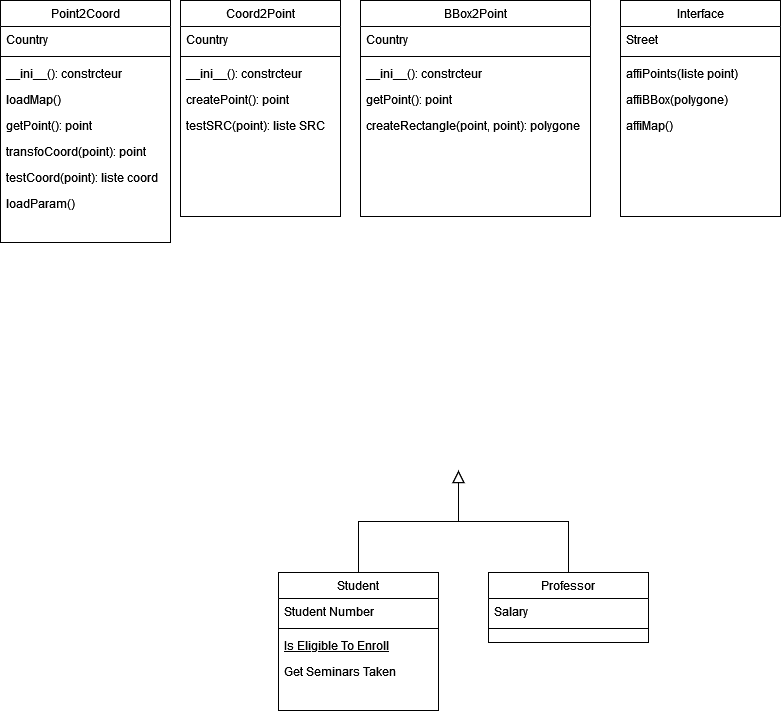
The draw.io diagram diag_classe_plugin.png in leonielrx/ProjetInfo_DoGeo, before a commit. Source tidied: cells renumbered, new cells last; positions are measured from the earlier drawing's top-left corner, leaving out a move shared by most shapes.
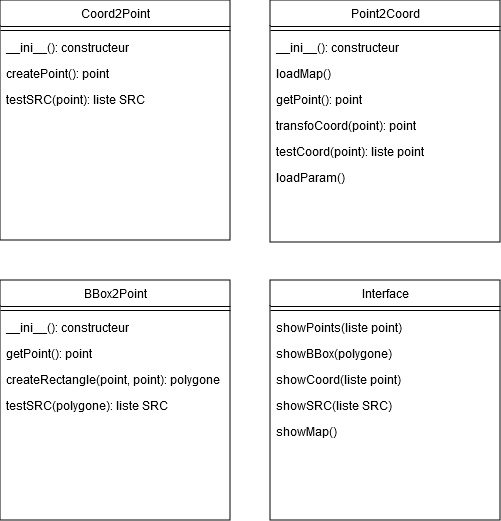
Later version of the same file.

Commit message:
Mettre à jour diag_classe_plugin.png

Diff of the diagram source:
```diff
@@ -2,120 +2,83 @@
   <root>
     <mxCell id="0" />
     <mxCell id="1" parent="0" />
-    <mxCell id="2" value="Student" style="swimlane;fontStyle=0;align=center;verticalAlign=top;horizontal=1;startSize=26;rounded=0;shadow=0;strokeWidth=1;" parent="1" vertex="1">
-      <mxGeometry x="278" y="572" width="160" height="138" as="geometry" />
-    </mxCell>
-    <mxCell id="3" value="Student Number" style="text;align=left;verticalAlign=top;spacingLeft=4;spacingRight=4;overflow=hidden;" parent="2" vertex="1">
-      <mxGeometry y="26" width="160" height="26" as="geometry" />
-    </mxCell>
-    <mxCell id="4" style="line;html=1;strokeWidth=1;align=left;verticalAlign=middle;spacingTop=-1;spacingLeft=3;spacingRight=3;labelPosition=right;" parent="2" vertex="1">
-      <mxGeometry y="52" width="160" height="8" as="geometry" />
-    </mxCell>
-    <mxCell id="5" value="Is Eligible To Enroll" style="text;align=left;verticalAlign=top;spacingLeft=4;spacingRight=4;overflow=hidden;fontStyle=4;" parent="2" vertex="1">
-      <mxGeometry y="60" width="160" height="26" as="geometry" />
-    </mxCell>
-    <mxCell id="6" value="Get Seminars Taken" style="text;align=left;verticalAlign=top;spacingLeft=4;spacingRight=4;overflow=hidden;" parent="2" vertex="1">
-      <mxGeometry y="86" width="160" height="26" as="geometry" />
-    </mxCell>
-    <mxCell id="7" style="endArrow=block;endSize=10;endFill=0;shadow=0;strokeWidth=1;rounded=0;curved=0;edgeStyle=elbowEdgeStyle;elbow=vertical;" parent="1" edge="1" source="2">
-      <mxGeometry relative="1" as="geometry">
-        <mxPoint x="458" y="470" as="targetPoint" />
-      </mxGeometry>
-    </mxCell>
-    <mxCell id="8" value="Professor" style="swimlane;fontStyle=0;align=center;verticalAlign=top;horizontal=1;startSize=26;rounded=0;shadow=0;strokeWidth=1;" parent="1" vertex="1">
-      <mxGeometry x="488" y="572" width="160" height="70" as="geometry" />
-    </mxCell>
-    <mxCell id="9" value="Salary" style="text;align=left;verticalAlign=top;spacingLeft=4;spacingRight=4;overflow=hidden;" parent="8" vertex="1">
-      <mxGeometry y="26" width="160" height="26" as="geometry" />
-    </mxCell>
-    <mxCell id="10" style="line;html=1;strokeWidth=1;align=left;verticalAlign=middle;spacingTop=-1;spacingLeft=3;spacingRight=3;labelPosition=right;" parent="8" vertex="1">
-      <mxGeometry y="52" width="160" height="8" as="geometry" />
-    </mxCell>
-    <mxCell id="11" style="endArrow=block;endSize=10;endFill=0;shadow=0;strokeWidth=1;rounded=0;curved=0;edgeStyle=elbowEdgeStyle;elbow=vertical;" parent="1" edge="1" source="8">
-      <mxGeometry relative="1" as="geometry">
-        <mxPoint x="458" y="470" as="targetPoint" />
-      </mxGeometry>
-    </mxCell>
     <mxCell id="12" value="Point2Coord" style="swimlane;fontStyle=0;align=center;verticalAlign=top;horizontal=1;startSize=26;rounded=0;shadow=0;strokeWidth=1;" parent="1" vertex="1">
-      <mxGeometry width="170" height="242" as="geometry" />
+      <mxGeometry x="420" y="-30" width="230" height="242" as="geometry" />
     </mxCell>
-    <mxCell id="13" value="Country" style="text;align=left;verticalAlign=top;spacingLeft=4;spacingRight=4;overflow=hidden;rounded=0;shadow=0;html=0;" parent="12" vertex="1">
-      <mxGeometry y="26" width="170" height="26" as="geometry" />
-    </mxCell>
     <mxCell id="14" style="line;html=1;strokeWidth=1;align=left;verticalAlign=middle;spacingTop=-1;spacingLeft=3;spacingRight=3;labelPosition=right;" parent="12" vertex="1">
-      <mxGeometry y="52" width="170" height="8" as="geometry" />
+      <mxGeometry y="26" width="230" height="8" as="geometry" />
     </mxCell>
-    <mxCell id="15" value="__ini__(): constrcteur" style="text;align=left;verticalAlign=top;spacingLeft=4;spacingRight=4;overflow=hidden;" parent="12" vertex="1">
-      <mxGeometry y="60" width="170" height="26" as="geometry" />
+    <mxCell id="15" value="__ini__(): constructeur" style="text;align=left;verticalAlign=top;spacingLeft=4;spacingRight=4;overflow=hidden;" parent="12" vertex="1">
+      <mxGeometry y="34" width="230" height="26" as="geometry" />
     </mxCell>
     <mxCell id="16" value="loadMap()" style="text;align=left;verticalAlign=top;spacingLeft=4;spacingRight=4;overflow=hidden;" parent="12" vertex="1">
-      <mxGeometry y="86" width="170" height="26" as="geometry" />
+      <mxGeometry y="60" width="230" height="26" as="geometry" />
     </mxCell>
     <mxCell id="17" value="getPoint(): point" style="text;align=left;verticalAlign=top;spacingLeft=4;spacingRight=4;overflow=hidden;" parent="12" vertex="1">
-      <mxGeometry y="112" width="170" height="26" as="geometry" />
+      <mxGeometry y="86" width="230" height="26" as="geometry" />
     </mxCell>
     <mxCell id="18" value="transfoCoord(point): point" style="text;align=left;verticalAlign=top;spacingLeft=4;spacingRight=4;overflow=hidden;" parent="12" vertex="1">
-      <mxGeometry y="138" width="170" height="26" as="geometry" />
+      <mxGeometry y="112" width="230" height="26" as="geometry" />
     </mxCell>
-    <mxCell id="19" value="testCoord(point): liste coord" style="text;align=left;verticalAlign=top;spacingLeft=4;spacingRight=4;overflow=hidden;" parent="12" vertex="1">
-      <mxGeometry y="164" width="170" height="26" as="geometry" />
+    <mxCell id="19" value="testCoord(point): liste point" style="text;align=left;verticalAlign=top;spacingLeft=4;spacingRight=4;overflow=hidden;" parent="12" vertex="1">
+      <mxGeometry y="138" width="230" height="26" as="geometry" />
     </mxCell>
     <mxCell id="20" value="loadParam()" style="text;align=left;verticalAlign=top;spacingLeft=4;spacingRight=4;overflow=hidden;" parent="12" vertex="1">
-      <mxGeometry y="190" width="170" height="26" as="geometry" />
+      <mxGeometry y="164" width="230" height="26" as="geometry" />
     </mxCell>
     <mxCell id="21" value="Coord2Point" style="swimlane;fontStyle=0;align=center;verticalAlign=top;horizontal=1;startSize=26;rounded=0;shadow=0;strokeWidth=1;" parent="1" vertex="1">
-      <mxGeometry x="180" width="160" height="216" as="geometry" />
+      <mxGeometry x="150" y="-30" width="230" height="240" as="geometry" />
     </mxCell>
-    <mxCell id="22" value="Country" style="text;align=left;verticalAlign=top;spacingLeft=4;spacingRight=4;overflow=hidden;rounded=0;shadow=0;html=0;" parent="21" vertex="1">
-      <mxGeometry y="26" width="160" height="26" as="geometry" />
-    </mxCell>
     <mxCell id="23" style="line;html=1;strokeWidth=1;align=left;verticalAlign=middle;spacingTop=-1;spacingLeft=3;spacingRight=3;labelPosition=right;" parent="21" vertex="1">
-      <mxGeometry y="52" width="160" height="8" as="geometry" />
+      <mxGeometry y="26" width="230" height="8" as="geometry" />
     </mxCell>
-    <mxCell id="24" value="__ini__(): constrcteur" style="text;align=left;verticalAlign=top;spacingLeft=4;spacingRight=4;overflow=hidden;" parent="21" vertex="1">
-      <mxGeometry y="60" width="160" height="26" as="geometry" />
+    <mxCell id="24" value="__ini__(): constructeur" style="text;align=left;verticalAlign=top;spacingLeft=4;spacingRight=4;overflow=hidden;" parent="21" vertex="1">
+      <mxGeometry y="34" width="230" height="26" as="geometry" />
     </mxCell>
     <mxCell id="25" value="createPoint(): point" style="text;align=left;verticalAlign=top;spacingLeft=4;spacingRight=4;overflow=hidden;" parent="21" vertex="1">
-      <mxGeometry y="86" width="160" height="26" as="geometry" />
+      <mxGeometry y="60" width="230" height="26" as="geometry" />
     </mxCell>
     <mxCell id="26" value="testSRC(point): liste SRC" style="text;align=left;verticalAlign=top;spacingLeft=4;spacingRight=4;overflow=hidden;" parent="21" vertex="1">
-      <mxGeometry y="112" width="160" height="26" as="geometry" />
+      <mxGeometry y="86" width="230" height="26" as="geometry" />
     </mxCell>
     <mxCell id="27" value="BBox2Point" style="swimlane;fontStyle=0;align=center;verticalAlign=top;horizontal=1;startSize=26;rounded=0;shadow=0;strokeWidth=1;" parent="1" vertex="1">
-      <mxGeometry x="360" width="230" height="216" as="geometry" />
+      <mxGeometry x="150" y="250" width="230" height="240" as="geometry" />
     </mxCell>
-    <mxCell id="28" value="Country" style="text;align=left;verticalAlign=top;spacingLeft=4;spacingRight=4;overflow=hidden;rounded=0;shadow=0;html=0;" parent="27" vertex="1">
-      <mxGeometry y="26" width="230" height="26" as="geometry" />
-    </mxCell>
     <mxCell id="29" style="line;html=1;strokeWidth=1;align=left;verticalAlign=middle;spacingTop=-1;spacingLeft=3;spacingRight=3;labelPosition=right;" parent="27" vertex="1">
-      <mxGeometry y="52" width="230" height="8" as="geometry" />
+      <mxGeometry y="26" width="230" height="8" as="geometry" />
     </mxCell>
-    <mxCell id="30" value="__ini__(): constrcteur" style="text;align=left;verticalAlign=top;spacingLeft=4;spacingRight=4;overflow=hidden;" parent="27" vertex="1">
-      <mxGeometry y="60" width="230" height="26" as="geometry" />
+    <mxCell id="30" value="__ini__(): constructeur" style="text;align=left;verticalAlign=top;spacingLeft=4;spacingRight=4;overflow=hidden;" parent="27" vertex="1">
+      <mxGeometry y="34" width="230" height="26" as="geometry" />
     </mxCell>
     <mxCell id="31" value="getPoint(): point" style="text;align=left;verticalAlign=top;spacingLeft=4;spacingRight=4;overflow=hidden;" parent="27" vertex="1">
-      <mxGeometry y="86" width="230" height="26" as="geometry" />
+      <mxGeometry y="60" width="230" height="26" as="geometry" />
     </mxCell>
     <mxCell id="32" value="createRectangle(point, point): polygone" style="text;align=left;verticalAlign=top;spacingLeft=4;spacingRight=4;overflow=hidden;" parent="27" vertex="1">
-      <mxGeometry y="112" width="230" height="26" as="geometry" />
+      <mxGeometry y="86" width="230" height="26" as="geometry" />
     </mxCell>
+    <mxCell id="39" value="testSRC(polygone): liste SRC" style="text;align=left;verticalAlign=top;spacingLeft=4;spacingRight=4;overflow=hidden;" parent="27" vertex="1">
+      <mxGeometry y="112" width="230" height="26" as="geometry" />
+    </mxCell>
     <mxCell id="33" value="Interface" style="swimlane;fontStyle=0;align=center;verticalAlign=top;horizontal=1;startSize=26;rounded=0;shadow=0;strokeWidth=1;" parent="1" vertex="1">
-      <mxGeometry x="620" width="160" height="216" as="geometry" />
+      <mxGeometry x="420" y="250" width="230" height="240" as="geometry" />
     </mxCell>
-    <mxCell id="34" value="Street" style="text;align=left;verticalAlign=top;spacingLeft=4;spacingRight=4;overflow=hidden;" parent="33" vertex="1">
-      <mxGeometry y="26" width="160" height="26" as="geometry" />
-    </mxCell>
     <mxCell id="35" style="line;html=1;strokeWidth=1;align=left;verticalAlign=middle;spacingTop=-1;spacingLeft=3;spacingRight=3;labelPosition=right;" parent="33" vertex="1">
-      <mxGeometry y="52" width="160" height="8" as="geometry" />
+      <mxGeometry y="26" width="230" height="8" as="geometry" />
     </mxCell>
-    <mxCell id="36" value="affiPoints(liste point)" style="text;align=left;verticalAlign=top;spacingLeft=4;spacingRight=4;overflow=hidden;" parent="33" vertex="1">
-      <mxGeometry y="60" width="160" height="26" as="geometry" />
+    <mxCell id="36" value="showPoints(liste point)" style="text;align=left;verticalAlign=top;spacingLeft=4;spacingRight=4;overflow=hidden;" parent="33" vertex="1">
+      <mxGeometry y="34" width="230" height="26" as="geometry" />
     </mxCell>
-    <mxCell id="37" value="affiBBox(polygone)" style="text;align=left;verticalAlign=top;spacingLeft=4;spacingRight=4;overflow=hidden;" parent="33" vertex="1">
-      <mxGeometry y="86" width="160" height="26" as="geometry" />
+    <mxCell id="37" value="showBBox(polygone)" style="text;align=left;verticalAlign=top;spacingLeft=4;spacingRight=4;overflow=hidden;" parent="33" vertex="1">
+      <mxGeometry y="60" width="230" height="26" as="geometry" />
     </mxCell>
+    <mxCell id="40" value="showCoord(liste point)" style="text;align=left;verticalAlign=top;spacingLeft=4;spacingRight=4;overflow=hidden;" parent="33" vertex="1">
+      <mxGeometry y="86" width="230" height="26" as="geometry" />
+    </mxCell>
+    <mxCell id="41" value="showSRC(liste SRC)" style="text;align=left;verticalAlign=top;spacingLeft=4;spacingRight=4;overflow=hidden;" parent="33" vertex="1">
+      <mxGeometry y="112" width="230" height="26" as="geometry" />
+    </mxCell>
-    <mxCell id="38" value="affiMap()" style="text;align=left;verticalAlign=top;spacingLeft=4;spacingRight=4;overflow=hidden;" parent="33" vertex="1">
-      <mxGeometry y="112" width="160" height="26" as="geometry" />
+    <mxCell id="38" value="showMap()" style="text;align=left;verticalAlign=top;spacingLeft=4;spacingRight=4;overflow=hidden;" parent="33" vertex="1">
+      <mxGeometry y="138" width="230" height="26" as="geometry" />
     </mxCell>
   </root>
 </mxGraphModel>
```
